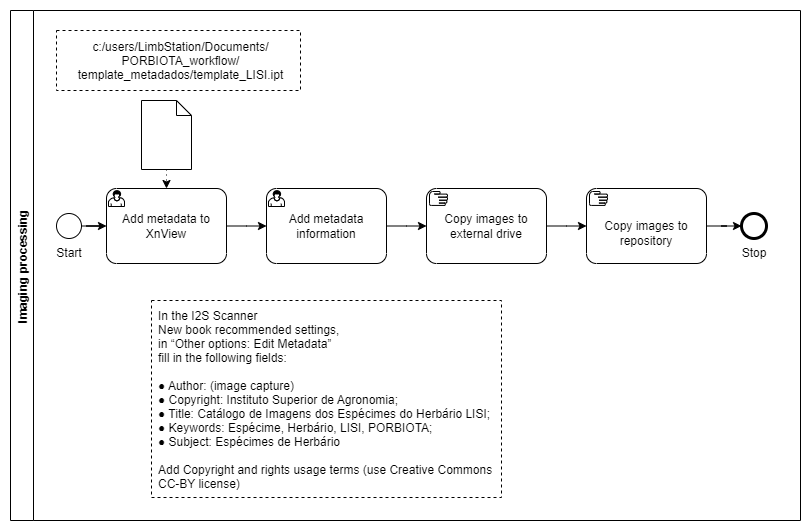
This is images/HerbariumSheets/LISI/LISI_Imaging_processing_tasks.png from DiSSCo/dissco.github.io, a draw.io export, as it was before one commit. Source tidied: cells renumbered, new cells last; positions are measured from the earlier drawing's top-left corner, leaving out a move shared by most shapes.
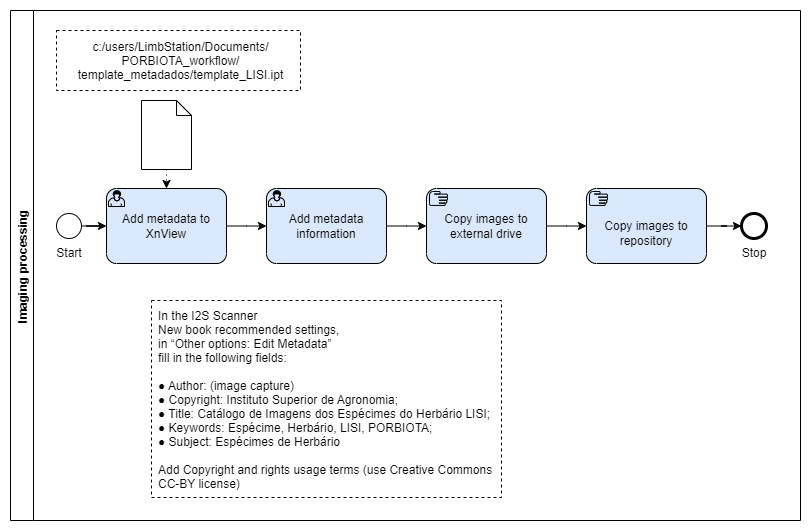
The same file after the commit.

Commit message:
Update LISI workflow images

What changed in the source:
```diff
@@ -8,7 +8,7 @@
     <mxCell id="3" style="ellipse;whiteSpace=wrap;html=1;" parent="1" vertex="1">
       <mxGeometry x="46" y="203" width="25" height="25" as="geometry" />
     </mxCell>
-    <mxCell id="4" value="Add metadata to XnView" style="points=[[0.25,0,0],[0.5,0,0],[0.75,0,0],[1,0.25,0],[1,0.5,0],[1,0.75,0],[0.75,1,0],[0.5,1,0],[0.25,1,0],[0,0.75,0],[0,0.5,0],[0,0.25,0]];shape=mxgraph.bpmn.task;whiteSpace=wrap;rectStyle=rounded;size=10;taskMarker=user;" parent="1" vertex="1">
+    <mxCell id="4" value="Add metadata to XnView" style="points=[[0.25,0,0],[0.5,0,0],[0.75,0,0],[1,0.25,0],[1,0.5,0],[1,0.75,0],[0.75,1,0],[0.5,1,0],[0.25,1,0],[0,0.75,0],[0,0.5,0],[0,0.25,0]];shape=mxgraph.bpmn.task;whiteSpace=wrap;rectStyle=rounded;size=10;taskMarker=user;fillColor=#dae8fc;strokeColor=#000000;" parent="1" vertex="1">
       <mxGeometry x="96" y="178" width="120" height="75" as="geometry" />
     </mxCell>
     <mxCell id="5" style="shape=mxgraph.bpmn.data;labelPosition=center;verticalLabelPosition=bottom;align=center;verticalAlign=top;whiteSpace=wrap;size=15;html=1;" parent="1" vertex="1">
@@ -17,7 +17,7 @@
     <mxCell id="6" style="edgeStyle=elbowEdgeStyle;fontSize=12;html=1;endFill=1;startFill=0;endSize=6;startSize=6;dashed=1;dashPattern=1 4;endArrow=classic;startArrow=none;rounded=0;" parent="1" edge="1" source="5" target="4">
       <mxGeometry relative="1" as="geometry" />
     </mxCell>
-    <mxCell id="7" value="Add metadata&#10;information" style="points=[[0.25,0,0],[0.5,0,0],[0.75,0,0],[1,0.25,0],[1,0.5,0],[1,0.75,0],[0.75,1,0],[0.5,1,0],[0.25,1,0],[0,0.75,0],[0,0.5,0],[0,0.25,0]];shape=mxgraph.bpmn.task;whiteSpace=wrap;rectStyle=rounded;size=10;taskMarker=user;" parent="1" vertex="1">
+    <mxCell id="7" value="Add metadata&#10;information" style="points=[[0.25,0,0],[0.5,0,0],[0.75,0,0],[1,0.25,0],[1,0.5,0],[1,0.75,0],[0.75,1,0],[0.5,1,0],[0.25,1,0],[0,0.75,0],[0,0.5,0],[0,0.25,0]];shape=mxgraph.bpmn.task;whiteSpace=wrap;rectStyle=rounded;size=10;taskMarker=user;fillColor=#dae8fc;strokeColor=#000000;" parent="1" vertex="1">
       <mxGeometry x="256" y="178" width="120" height="75" as="geometry" />
     </mxCell>
     <mxCell id="8" style="edgeStyle=elbowEdgeStyle;fontSize=12;html=1;endArrow=classic;endFill=1;rounded=0;" parent="1" edge="1" source="4" target="7">
@@ -26,13 +26,13 @@
     <mxCell id="9" style="edgeStyle=elbowEdgeStyle;fontSize=12;html=1;endArrow=classic;endFill=1;rounded=0;" parent="1" edge="1" source="7" target="10">
       <mxGeometry relative="1" as="geometry" />
     </mxCell>
-    <mxCell id="10" value="Copy images to&#10;external drive" style="points=[[0.25,0,0],[0.5,0,0],[0.75,0,0],[1,0.25,0],[1,0.5,0],[1,0.75,0],[0.75,1,0],[0.5,1,0],[0.25,1,0],[0,0.75,0],[0,0.5,0],[0,0.25,0]];shape=mxgraph.bpmn.task;whiteSpace=wrap;rectStyle=rounded;size=10;taskMarker=manual;" parent="1" vertex="1">
+    <mxCell id="10" value="Copy images to&#10;external drive" style="points=[[0.25,0,0],[0.5,0,0],[0.75,0,0],[1,0.25,0],[1,0.5,0],[1,0.75,0],[0.75,1,0],[0.5,1,0],[0.25,1,0],[0,0.75,0],[0,0.5,0],[0,0.25,0]];shape=mxgraph.bpmn.task;whiteSpace=wrap;rectStyle=rounded;size=10;taskMarker=manual;fillColor=#dae8fc;strokeColor=#000000;" parent="1" vertex="1">
       <mxGeometry x="416" y="178" width="120" height="75" as="geometry" />
     </mxCell>
     <mxCell id="11" style="edgeStyle=orthogonalEdgeStyle;rounded=0;jettySize=auto;html=1;" parent="1" edge="1" source="12" target="15">
       <mxGeometry relative="1" as="geometry" />
     </mxCell>
-    <mxCell id="12" value="&#10;Copy images to&#10;repository" style="points=[[0.25,0,0],[0.5,0,0],[0.75,0,0],[1,0.25,0],[1,0.5,0],[1,0.75,0],[0.75,1,0],[0.5,1,0],[0.25,1,0],[0,0.75,0],[0,0.5,0],[0,0.25,0]];shape=mxgraph.bpmn.task;whiteSpace=wrap;rectStyle=rounded;size=10;taskMarker=manual;" parent="1" vertex="1">
+    <mxCell id="12" value="&#10;Copy images to&#10;repository" style="points=[[0.25,0,0],[0.5,0,0],[0.75,0,0],[1,0.25,0],[1,0.5,0],[1,0.75,0],[0.75,1,0],[0.5,1,0],[0.25,1,0],[0,0.75,0],[0,0.5,0],[0,0.25,0]];shape=mxgraph.bpmn.task;whiteSpace=wrap;rectStyle=rounded;size=10;taskMarker=manual;fillColor=#dae8fc;strokeColor=#000000;" parent="1" vertex="1">
       <mxGeometry x="576" y="178" width="120" height="75" as="geometry" />
     </mxCell>
     <mxCell id="13" style="edgeStyle=elbowEdgeStyle;fontSize=12;html=1;endArrow=classic;endFill=1;rounded=0;" parent="1" edge="1" source="10" target="12">
```
